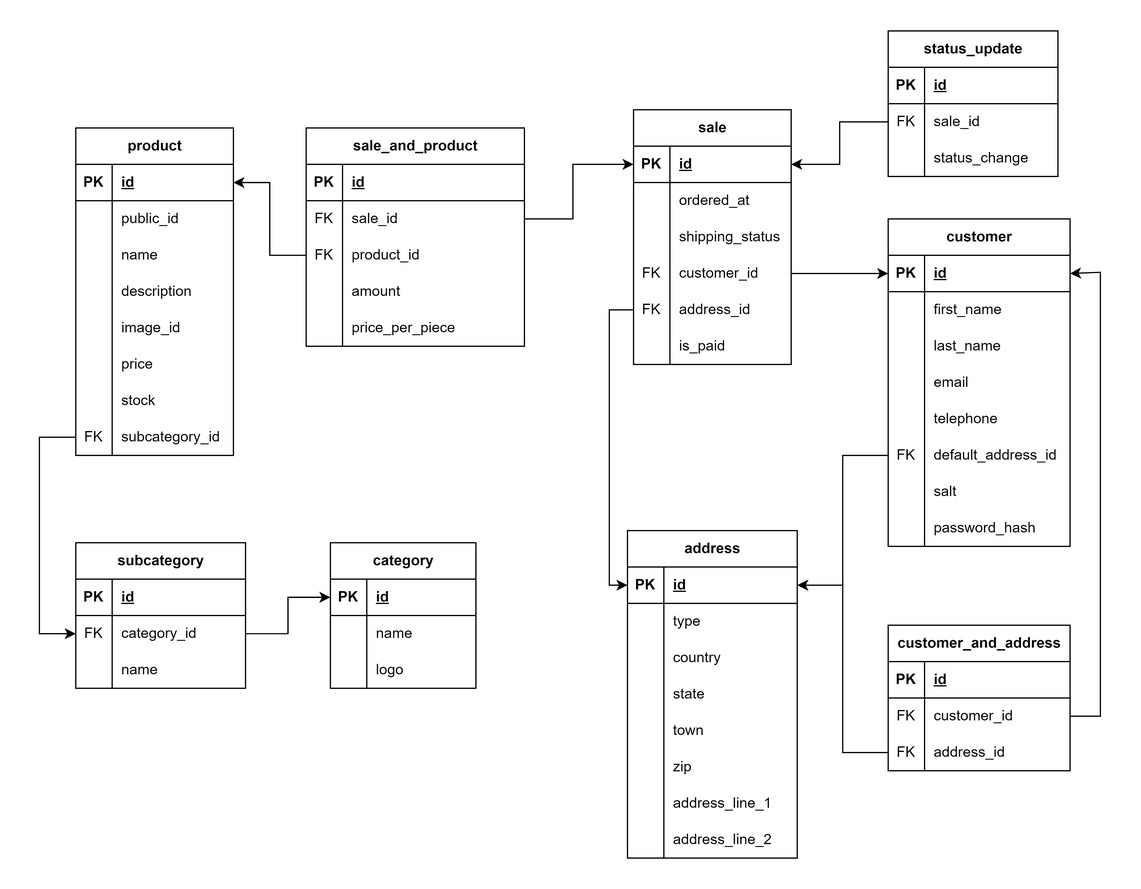
This is Documentation/Ecommerce ER.png from shekelboi/EcommerceDatabase, a draw.io export, as it was before one commit. Source tidied: cells renumbered, new cells last; positions are measured from the earlier drawing's top-left corner, leaving out a move shared by most shapes.
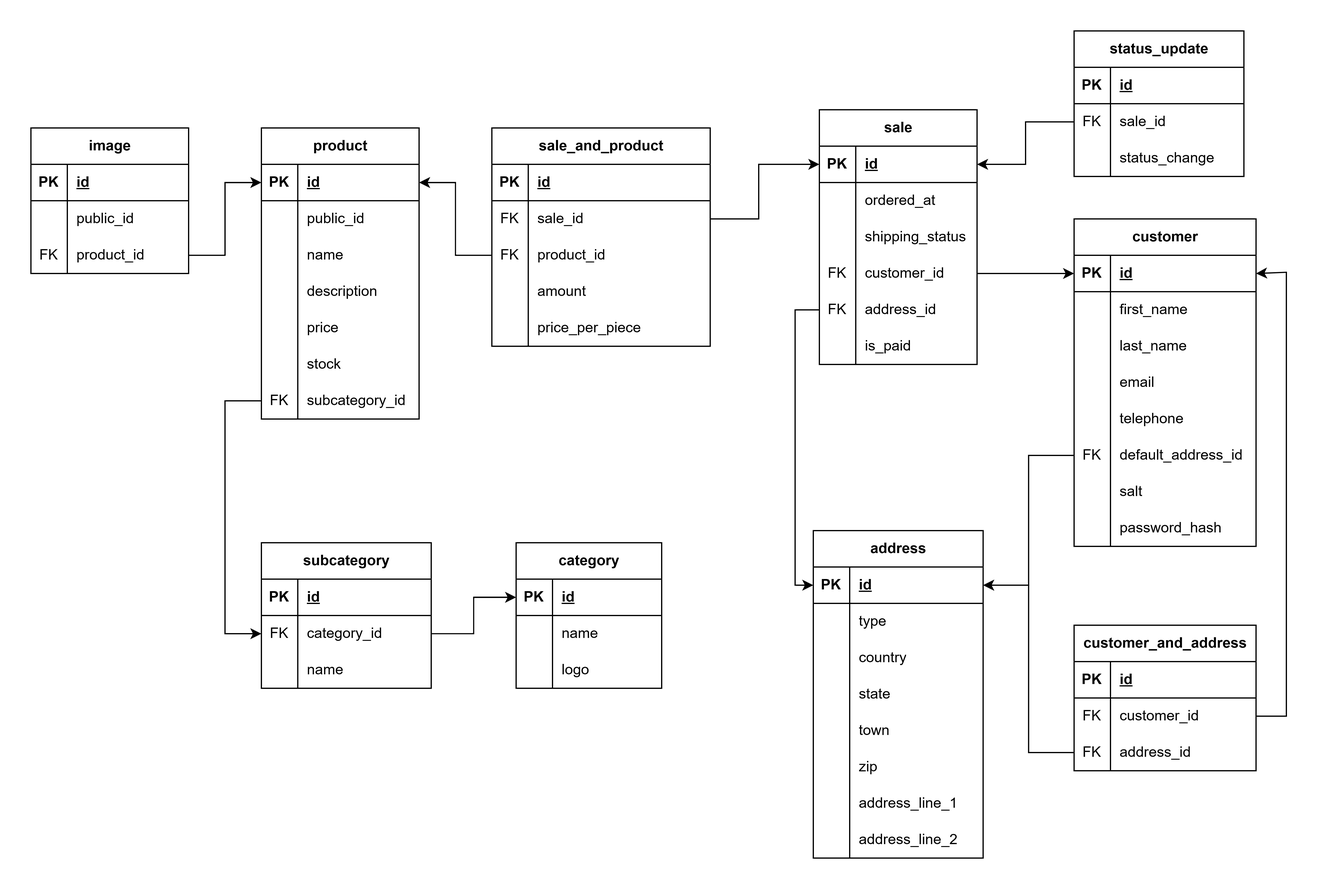
After the commit.

Commit message:
Image table ER diagram adjusted

Change to the diagram source:
```diff
@@ -66,7 +66,7 @@
       <mxGeometry relative="1" as="geometry" />
     </mxCell>
     <mxCell id="23" value="product" style="shape=table;startSize=30;rowLines=0;fontStyle=1;align=center;html=1;" parent="1" vertex="1">
-      <mxGeometry x="30" y="80" width="130" height="270" as="geometry" />
+      <mxGeometry x="30" y="80" width="130" height="240" as="geometry" />
     </mxCell>
     <mxCell id="24" style="shape=tableRow;horizontal=0;startSize=0;swimlaneHead=0;swimlaneBody=0;fillColor=none;points=[[0,0.5],[1,0.5]];portConstraint=eastwest;top=0;left=0;right=0;bottom=1;" parent="23" vertex="1">
       <mxGeometry y="30" width="130" height="30" as="geometry" />
@@ -104,17 +104,8 @@
     <mxCell id="35" value="description" style="shape=partialRectangle;fillColor=none;top=0;left=0;bottom=0;right=0;align=left;spacingLeft=6;overflow=hidden;whiteSpace=wrap;html=1;" parent="33" vertex="1">
       <mxGeometry x="30" width="100" height="30" as="geometry" />
     </mxCell>
-    <mxCell id="36" style="shape=tableRow;horizontal=0;startSize=0;swimlaneHead=0;swimlaneBody=0;fillColor=none;top=0;left=0;right=0;bottom=0;" parent="23" vertex="1">
-      <mxGeometry y="150" width="130" height="30" as="geometry" />
-    </mxCell>
-    <mxCell id="37" style="shape=partialRectangle;fillColor=none;top=0;left=0;bottom=0;right=0;overflow=hidden;whiteSpace=wrap;html=1;" parent="36" vertex="1">
-      <mxGeometry width="30" height="30" as="geometry" />
-    </mxCell>
-    <mxCell id="38" value="image_id" style="shape=partialRectangle;fillColor=none;top=0;left=0;bottom=0;right=0;align=left;spacingLeft=6;overflow=hidden;whiteSpace=wrap;html=1;" parent="36" vertex="1">
-      <mxGeometry x="30" width="100" height="30" as="geometry" />
-    </mxCell>
     <mxCell id="39" style="shape=tableRow;horizontal=0;startSize=0;swimlaneHead=0;swimlaneBody=0;fillColor=none;top=0;left=0;right=0;bottom=0;" parent="23" vertex="1">
-      <mxGeometry y="180" width="130" height="30" as="geometry" />
+      <mxGeometry y="150" width="130" height="30" as="geometry" />
     </mxCell>
     <mxCell id="40" style="shape=partialRectangle;fillColor=none;top=0;left=0;bottom=0;right=0;overflow=hidden;whiteSpace=wrap;html=1;" parent="39" vertex="1">
       <mxGeometry width="30" height="30" as="geometry" />
@@ -123,7 +114,7 @@
       <mxGeometry x="30" width="100" height="30" as="geometry" />
     </mxCell>
     <mxCell id="42" style="shape=tableRow;horizontal=0;startSize=0;swimlaneHead=0;swimlaneBody=0;fillColor=none;top=0;left=0;right=0;bottom=0;" parent="23" vertex="1">
-      <mxGeometry y="210" width="130" height="30" as="geometry" />
+      <mxGeometry y="180" width="130" height="30" as="geometry" />
     </mxCell>
     <mxCell id="43" style="shape=partialRectangle;fillColor=none;top=0;left=0;bottom=0;right=0;overflow=hidden;whiteSpace=wrap;html=1;" parent="42" vertex="1">
       <mxGeometry width="30" height="30" as="geometry" />
@@ -132,7 +123,7 @@
       <mxGeometry x="30" width="100" height="30" as="geometry" />
     </mxCell>
     <mxCell id="45" style="shape=tableRow;horizontal=0;startSize=0;swimlaneHead=0;swimlaneBody=0;fillColor=none;points=[[0,0.5],[1,0.5]];portConstraint=eastwest;top=0;left=0;right=0;bottom=0;" parent="23" vertex="1">
-      <mxGeometry y="240" width="130" height="30" as="geometry" />
+      <mxGeometry y="210" width="130" height="30" as="geometry" />
     </mxCell>
     <mxCell id="46" value="FK" style="shape=partialRectangle;fillColor=none;top=0;left=0;bottom=0;right=0;overflow=hidden;whiteSpace=wrap;html=1;" parent="45" vertex="1">
       <mxGeometry width="30" height="30" as="geometry" />
@@ -489,7 +480,7 @@
     <mxCell id="160" style="edgeStyle=orthogonalEdgeStyle;rounded=0;jettySize=auto;html=1;entryX=0;entryY=0.5;entryDx=0;entryDy=0;exitX=0;exitY=0.5;exitDx=0;exitDy=0;" parent="1" edge="1" source="45" target="6">
       <mxGeometry relative="1" as="geometry">
         <Array as="points">
-          <mxPoint y="335" />
+          <mxPoint y="305" />
           <mxPoint y="497" />
         </Array>
       </mxGeometry>
@@ -497,5 +488,38 @@
     <mxCell id="161" style="edgeStyle=orthogonalEdgeStyle;rounded=0;jettySize=auto;html=1;entryX=1;entryY=0.5;entryDx=0;entryDy=0;" parent="1" edge="1" source="112" target="133">
       <mxGeometry relative="1" as="geometry" />
     </mxCell>
+    <mxCell id="162" value="image" style="shape=table;startSize=30;rowLines=0;fontStyle=1;align=center;html=1;" parent="1" vertex="1">
+      <mxGeometry x="-160" y="80" width="130" height="120" as="geometry" />
+    </mxCell>
+    <mxCell id="163" style="shape=tableRow;horizontal=0;startSize=0;swimlaneHead=0;swimlaneBody=0;fillColor=none;top=0;left=0;right=0;bottom=1;" parent="162" vertex="1">
+      <mxGeometry y="30" width="130" height="30" as="geometry" />
+    </mxCell>
+    <mxCell id="164" value="PK" style="shape=partialRectangle;fillColor=none;top=0;left=0;bottom=0;right=0;fontStyle=1;overflow=hidden;whiteSpace=wrap;html=1;" parent="163" vertex="1">
+      <mxGeometry width="30" height="30" as="geometry" />
+    </mxCell>
+    <mxCell id="165" value="id" style="shape=partialRectangle;fillColor=none;top=0;left=0;bottom=0;right=0;align=left;spacingLeft=6;fontStyle=5;overflow=hidden;whiteSpace=wrap;html=1;" parent="163" vertex="1">
+      <mxGeometry x="30" width="100" height="30" as="geometry" />
+    </mxCell>
+    <mxCell id="166" style="shape=tableRow;horizontal=0;startSize=0;swimlaneHead=0;swimlaneBody=0;fillColor=none;top=0;left=0;right=0;bottom=0;" parent="162" vertex="1">
+      <mxGeometry y="60" width="130" height="30" as="geometry" />
+    </mxCell>
+    <mxCell id="37" style="shape=partialRectangle;fillColor=none;top=0;left=0;bottom=0;right=0;overflow=hidden;whiteSpace=wrap;html=1;" parent="166" vertex="1">
+      <mxGeometry width="30" height="30" as="geometry" />
+    </mxCell>
+    <mxCell id="167" value="public_id" style="shape=partialRectangle;fillColor=none;top=0;left=0;bottom=0;right=0;align=left;spacingLeft=6;overflow=hidden;whiteSpace=wrap;html=1;" parent="166" vertex="1">
+      <mxGeometry x="30" width="100" height="30" as="geometry" />
+    </mxCell>
+    <mxCell id="168" style="shape=tableRow;horizontal=0;startSize=0;swimlaneHead=0;swimlaneBody=0;fillColor=none;points=[[0,0.5],[1,0.5]];portConstraint=eastwest;top=0;left=0;right=0;bottom=0;" parent="162" vertex="1">
+      <mxGeometry y="90" width="130" height="30" as="geometry" />
+    </mxCell>
+    <mxCell id="169" value="FK" style="shape=partialRectangle;fillColor=none;top=0;left=0;bottom=0;right=0;overflow=hidden;whiteSpace=wrap;html=1;" parent="168" vertex="1">
+      <mxGeometry width="30" height="30" as="geometry" />
+    </mxCell>
+    <mxCell id="170" value="product_id" style="shape=partialRectangle;fillColor=none;top=0;left=0;bottom=0;right=0;align=left;spacingLeft=6;overflow=hidden;whiteSpace=wrap;html=1;" parent="168" vertex="1">
+      <mxGeometry x="30" width="100" height="30" as="geometry" />
+    </mxCell>
+    <mxCell id="171" style="edgeStyle=orthogonalEdgeStyle;rounded=0;jettySize=auto;html=1;" parent="1" edge="1" source="168" target="24">
+      <mxGeometry relative="1" as="geometry" />
+    </mxCell>
   </root>
 </mxGraphModel>
```
